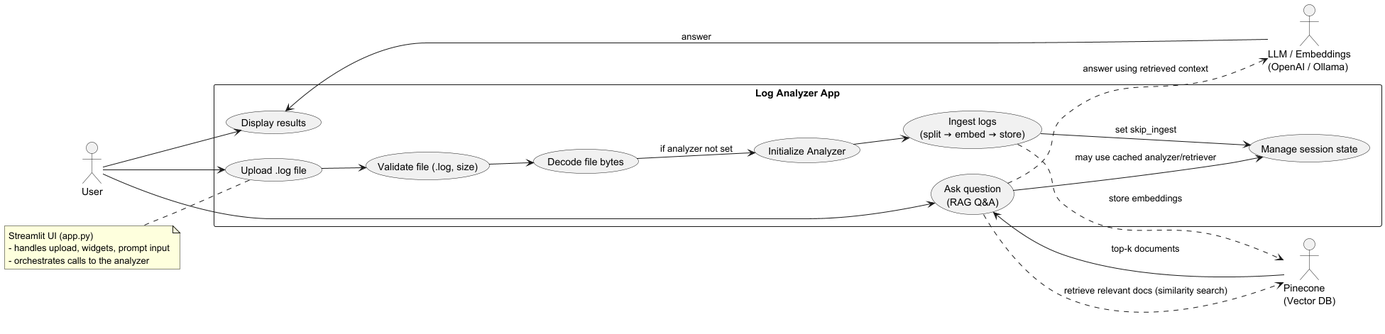
Before: log_analyzer_use_case.png, a diagram exported from PlantUML (dsdebayan/log_analyzer).
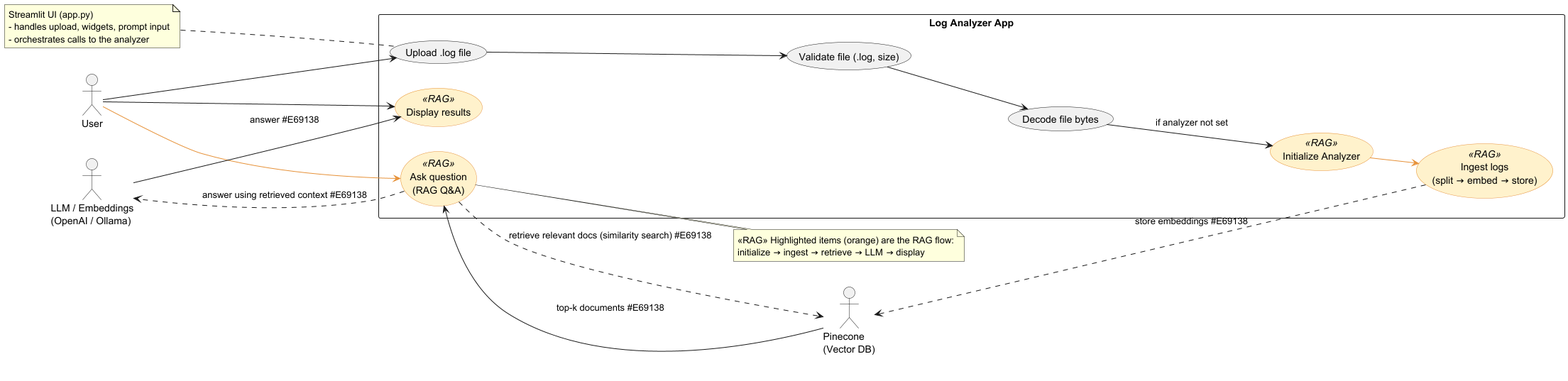
After the change.

Commit message:
uml diagrams

What changed in the source:
```diff
@@ -1,6 +1,11 @@
 @startuml
 left to right direction
 skinparam packageStyle rectangle
+
+skinparam usecase {
+  BackgroundColor<<RAG>> #FFF2CC
+  BorderColor<<RAG>> #E69138
+}
 
 actor User
 actor "Pinecone\n(Vector DB)" as Pinecone
@@ -10,30 +15,31 @@
   usecase UC_Upload as "Upload .log file"
   usecase UC_Validate as "Validate file (.log, size)"
   usecase UC_Decode as "Decode file bytes"
-  usecase UC_Init as "Initialize Analyzer"
-  usecase UC_Ingest as "Ingest logs\n(split → embed → store)"
-  usecase UC_Ask as "Ask question\n(RAG Q&A)"
-  usecase UC_Display as "Display results"
-  usecase UC_Session as "Manage session state"
+  usecase UC_Init as "Initialize Analyzer" <<RAG>>
+  usecase UC_Ingest as "Ingest logs\n(split → embed → store)" <<RAG>>
+  usecase UC_Ask as "Ask question\n(RAG Q&A)" <<RAG>>
+  usecase UC_Display as "Display results" <<RAG>>
 }
 
 User --> UC_Upload
-User --> UC_Ask
+User --> UC_Ask #E69138
 User --> UC_Display
 
 UC_Upload --> UC_Validate
 UC_Validate --> UC_Decode
 UC_Decode --> UC_Init : if analyzer not set
-UC_Init --> UC_Ingest
-UC_Ingest ..> Pinecone : store embeddings
+UC_Init --> UC_Ingest #E69138
+UC_Ingest ..> Pinecone : store embeddings #E69138
 
-UC_Ask ..> Pinecone : retrieve relevant docs (similarity search)
-UC_Ask ..> LLM : answer using retrieved context
-LLM --> UC_Display : answer
-Pinecone --> UC_Ask : top-k documents
+UC_Ask ..> Pinecone : retrieve relevant docs (similarity search) #E69138
+UC_Ask ..> LLM : answer using retrieved context #E69138
+LLM --> UC_Display : answer #E69138
+Pinecone --> UC_Ask : top-k documents #E69138
 
-UC_Ingest --> UC_Session : set skip_ingest
-UC_Ask --> UC_Session : may use cached analyzer/retriever
+note right of UC_Ask
+  <<RAG>> Highlighted items (orange) are the RAG flow:
+  initialize → ingest → retrieve → LLM → display
+end note
 
 note left of UC_Upload
   Streamlit UI (app.py)
```
